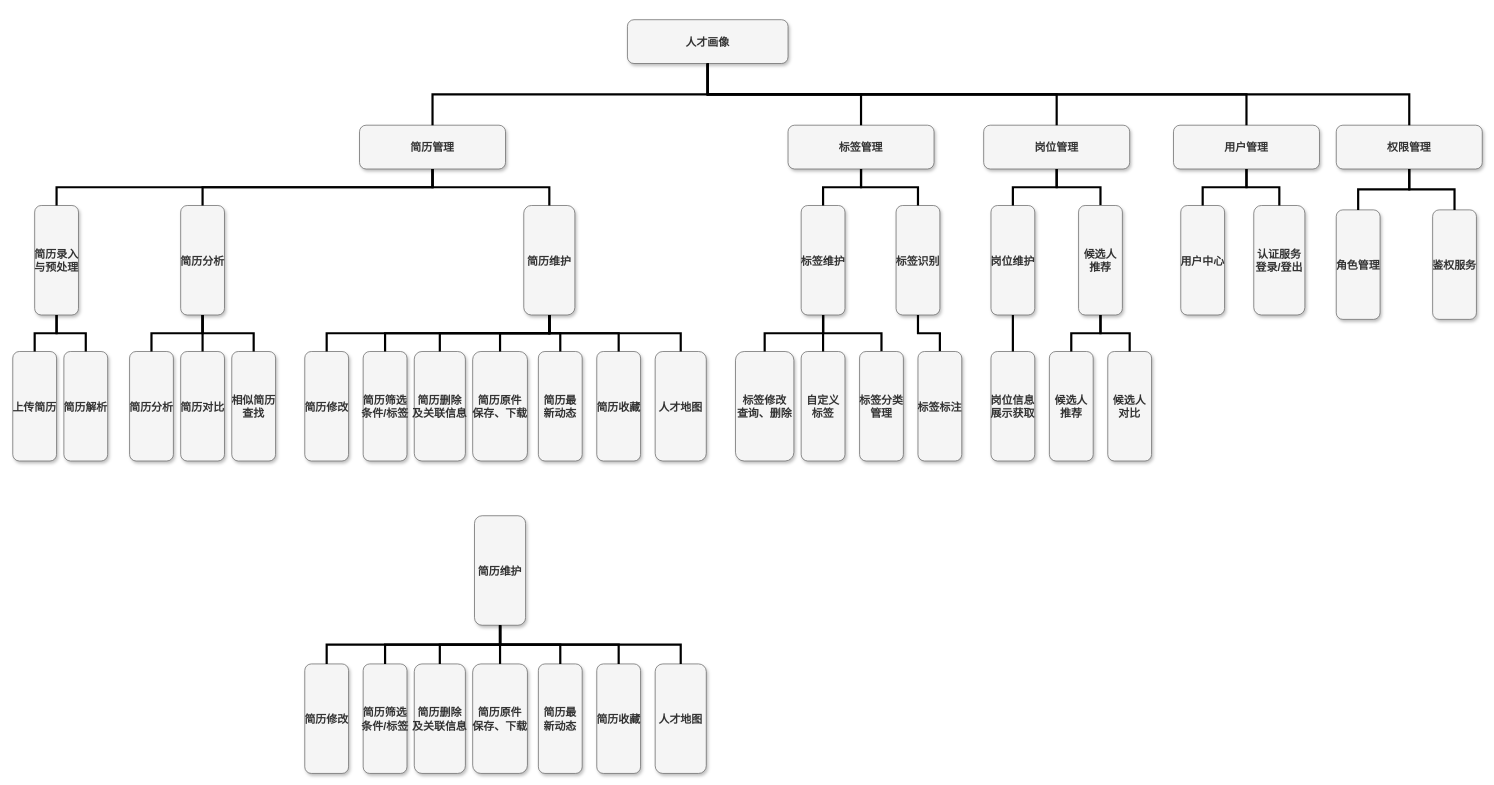
The draw.io diagram page "第 2 页" (2 of 2) of 未命名绘图.drawio in beyondgogogo/Graph, before the edit. Source tidied: cells renumbered, new cells numbered last; positions are measured from the earlier drawing's top-left corner, leaving out a move shared by most shapes. Both pictures are drawn from the tidied source at 73%, with x=0, y=0 at pixel (12, 20).
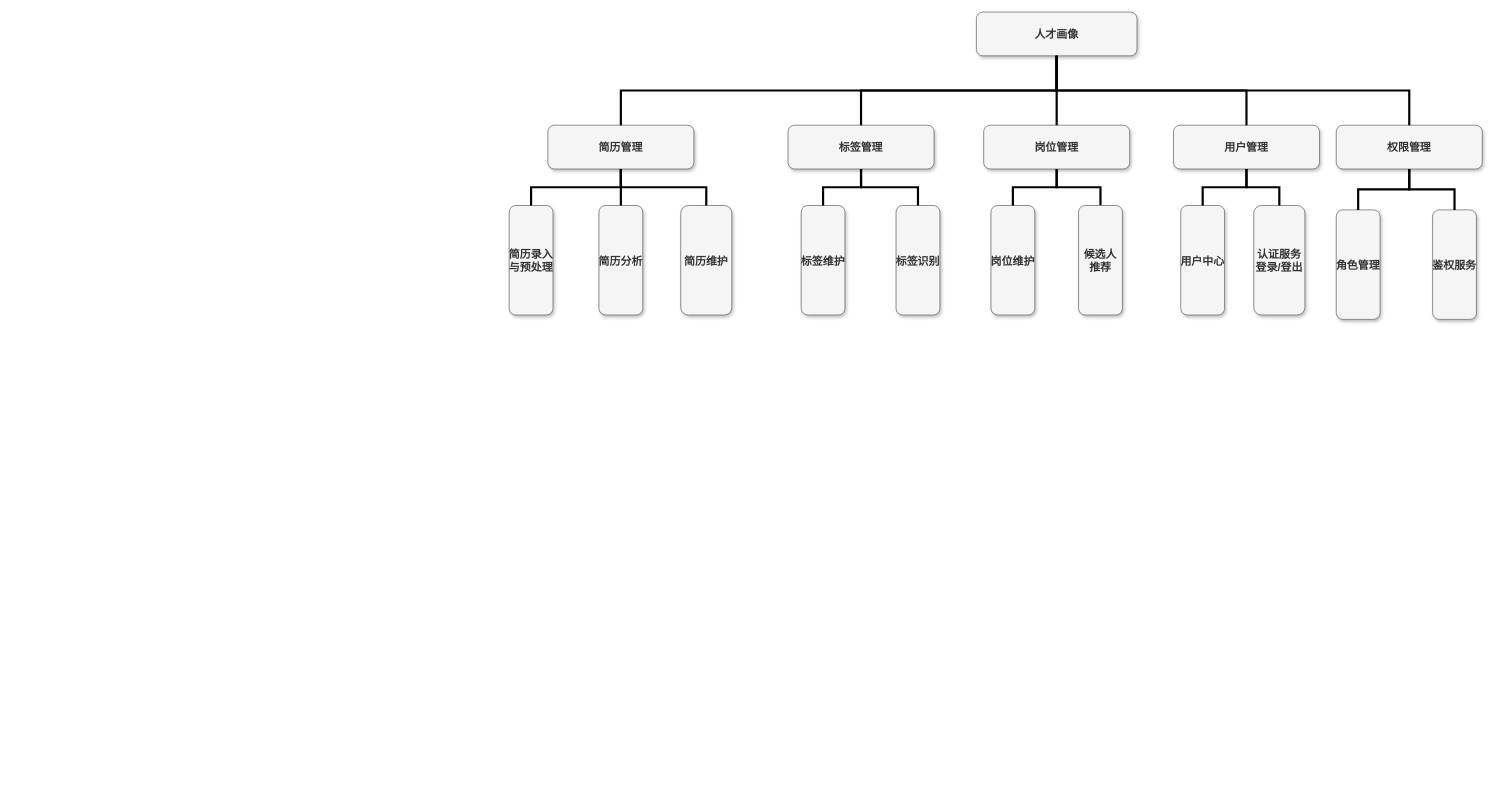
The same diagram, later.

Commit message:
更新未命名绘图.drawio

Unchanged cells that the change refers to:
```xml
<mxCell id="17" value="标签维护" style="rounded=1;fillColor=#f5f5f5;strokeColor=#666666;shadow=1;fontStyle=1;fontColor=#333333;fontSize=15;" parent="1" vertex="1">
  <mxGeometry x="1080" y="254" width="60" height="150" as="geometry" />
</mxCell>
<mxCell id="18" value="标签识别" style="rounded=1;fillColor=#f5f5f5;strokeColor=#666666;shadow=1;fontStyle=1;fontColor=#333333;fontSize=15;" parent="1" vertex="1">
  <mxGeometry x="1210" y="254" width="60" height="150" as="geometry" />
</mxCell>
<mxCell id="25" value="岗位维护" style="rounded=1;fillColor=#f5f5f5;strokeColor=#666666;shadow=1;fontStyle=1;fontColor=#333333;fontSize=15;" parent="1" vertex="1">
  <mxGeometry x="1340" y="254" width="60" height="150" as="geometry" />
</mxCell>
<mxCell id="27" value="候选人&#10;推荐" style="rounded=1;fillColor=#f5f5f5;strokeColor=#666666;shadow=1;fontStyle=1;fontColor=#333333;fontSize=15;" parent="1" vertex="1">
  <mxGeometry x="1460" y="254" width="60" height="150" as="geometry" />
</mxCell>
```

The edit, as a diff of the source:
```diff
@@
     <mxCell id="2" value="人才画像" style="rounded=1;fillColor=#f5f5f5;strokeColor=#666666;shadow=1;fontStyle=1;fontSize=15;fontColor=#333333;" parent="1" vertex="1">
-      <mxGeometry x="842" y="-0.5" width="220" height="60" as="geometry" />
+      <mxGeometry x="1320" y="-11" width="220" height="60" as="geometry" />
     </mxCell>
     <mxCell id="3" value="简历管理" style="rounded=1;fillColor=#f5f5f5;strokeColor=#666666;shadow=1;fontStyle=1;fontColor=#333333;fontSize=15;" parent="1" vertex="1">
-      <mxGeometry x="475" y="144" width="200" height="60" as="geometry" />
+      <mxGeometry x="733" y="144" width="200" height="60" as="geometry" />
     </mxCell>
@@
     <mxCell id="6" value="简历录入&#10;与预处理" style="rounded=1;fillColor=#f5f5f5;strokeColor=#666666;shadow=1;fontStyle=1;fontColor=#333333;fontSize=15;" parent="1" vertex="1">
-      <mxGeometry x="30" y="254" width="60" height="150" as="geometry" />
+      <mxGeometry x="680" y="254" width="60" height="150" as="geometry" />
     </mxCell>
     <mxCell id="7" value="简历维护" style="rounded=1;fillColor=#f5f5f5;strokeColor=#666666;shadow=1;fontStyle=1;fontColor=#333333;fontSize=15;" parent="1" vertex="1">
-      <mxGeometry x="700" y="254" width="70" height="150" as="geometry" />
+      <mxGeometry x="915" y="254" width="70" height="150" as="geometry" />
     </mxCell>
     <mxCell id="8" value="简历分析" style="rounded=1;fillColor=#f5f5f5;strokeColor=#666666;shadow=1;fontStyle=1;fontColor=#333333;fontSize=15;" parent="1" vertex="1">
-      <mxGeometry x="230" y="254" width="60" height="150" as="geometry" />
+      <mxGeometry x="803" y="254" width="60" height="150" as="geometry" />
     </mxCell>
-    <mxCell id="9" value="上传简历" style="rounded=1;fillColor=#f5f5f5;strokeColor=#666666;shadow=1;fontStyle=1;fontColor=#333333;fontSize=15;" parent="1" vertex="1">
-      <mxGeometry y="454" width="60" height="150" as="geometry" />
-    </mxCell>
-    <mxCell id="10" value="简历解析" style="rounded=1;fillColor=#f5f5f5;strokeColor=#666666;shadow=1;fontStyle=1;fontColor=#333333;fontSize=15;" parent="1" vertex="1">
-      <mxGeometry x="70" y="454" width="60" height="150" as="geometry" />
-    </mxCell>
-    <mxCell id="11" value="简历修改" style="rounded=1;fillColor=#f5f5f5;strokeColor=#666666;shadow=1;fontStyle=1;fontColor=#333333;fontSize=15;" parent="1" vertex="1">
-      <mxGeometry x="400" y="454" width="60" height="150" as="geometry" />
-    </mxCell>
-    <mxCell id="12" value="简历原件&#10;保存、下载" style="rounded=1;fillColor=#f5f5f5;strokeColor=#666666;shadow=1;fontStyle=1;fontColor=#333333;fontSize=15;" parent="1" vertex="1">
-      <mxGeometry x="630" y="454" width="75" height="150" as="geometry" />
-    </mxCell>
-    <mxCell id="13" value="简历分析" style="rounded=1;fillColor=#f5f5f5;strokeColor=#666666;shadow=1;fontStyle=1;fontColor=#333333;fontSize=15;" parent="1" vertex="1">
-      <mxGeometry x="160" y="454" width="60" height="150" as="geometry" />
-    </mxCell>
-    <mxCell id="14" value="简历对比" style="rounded=1;fillColor=#f5f5f5;strokeColor=#666666;shadow=1;fontStyle=1;fontColor=#333333;fontSize=15;" parent="1" vertex="1">
-      <mxGeometry x="230" y="454" width="60" height="150" as="geometry" />
-    </mxCell>
-    <mxCell id="15" value="相似简历&#10;查找" style="rounded=1;fillColor=#f5f5f5;strokeColor=#666666;shadow=1;fontStyle=1;fontColor=#333333;fontSize=15;" parent="1" vertex="1">
-      <mxGeometry x="300" y="454" width="60" height="150" as="geometry" />
-    </mxCell>
-    <mxCell id="16" value="简历最&#10;新动态" style="rounded=1;fillColor=#f5f5f5;strokeColor=#666666;shadow=1;fontStyle=1;fontColor=#333333;fontSize=15;" parent="1" vertex="1">
-      <mxGeometry x="720" y="454" width="60" height="150" as="geometry" />
-    </mxCell>
@@
-    <mxCell id="19" value="标签修改&#10;查询、删除" style="rounded=1;fillColor=#f5f5f5;strokeColor=#666666;shadow=1;fontStyle=1;fontColor=#333333;fontSize=15;" parent="1" vertex="1">
-      <mxGeometry x="990" y="454" width="80" height="150" as="geometry" />
-    </mxCell>
-    <mxCell id="20" style="edgeStyle=orthogonalEdgeStyle;rounded=0;jettySize=auto;html=1;exitX=0.5;exitY=0;exitDx=0;exitDy=0;entryX=0.5;entryY=1;entryDx=0;entryDy=0;endArrow=none;startFill=0;strokeWidth=3;fontSize=15;" parent="1" edge="1" source="21" target="17">
-      <mxGeometry relative="1" as="geometry" />
-    </mxCell>
-    <mxCell id="21" value="标签分类&#10;管理" style="rounded=1;fillColor=#f5f5f5;strokeColor=#666666;shadow=1;fontStyle=1;fontColor=#333333;fontSize=15;" parent="1" vertex="1">
-      <mxGeometry x="1160" y="454" width="60" height="150" as="geometry" />
-    </mxCell>
-    <mxCell id="22" value="自定义&#10;标签" style="rounded=1;fillColor=#f5f5f5;strokeColor=#666666;shadow=1;fontStyle=1;fontColor=#333333;fontSize=15;" parent="1" vertex="1">
-      <mxGeometry x="1080" y="454" width="60" height="150" as="geometry" />
-    </mxCell>
-    <mxCell id="23" style="edgeStyle=orthogonalEdgeStyle;rounded=0;jettySize=auto;html=1;exitX=0.5;exitY=0;exitDx=0;exitDy=0;entryX=0.5;entryY=1;entryDx=0;entryDy=0;endArrow=none;startFill=0;strokeWidth=3;fontSize=15;" parent="1" edge="1" source="24" target="18">
-      <mxGeometry relative="1" as="geometry" />
-    </mxCell>
-    <mxCell id="24" value="标签标注" style="rounded=1;fillColor=#f5f5f5;strokeColor=#666666;shadow=1;fontStyle=1;fontColor=#333333;fontSize=15;" parent="1" vertex="1">
-      <mxGeometry x="1240" y="454" width="60" height="150" as="geometry" />
-    </mxCell>
@@
-    <mxCell id="28" value="岗位信息&#10;展示获取" style="rounded=1;fillColor=#f5f5f5;strokeColor=#666666;shadow=1;fontStyle=1;fontColor=#333333;fontSize=15;" parent="1" vertex="1">
-      <mxGeometry x="1340" y="454" width="60" height="150" as="geometry" />
-    </mxCell>
-    <mxCell id="29" value="候选人&#10;推荐" style="rounded=1;fillColor=#f5f5f5;strokeColor=#666666;shadow=1;fontStyle=1;fontColor=#333333;fontSize=15;" parent="1" vertex="1">
-      <mxGeometry x="1420" y="454" width="60" height="150" as="geometry" />
-    </mxCell>
-    <mxCell id="30" value="简历收藏" style="rounded=1;fillColor=#f5f5f5;strokeColor=#666666;shadow=1;fontStyle=1;fontColor=#333333;fontSize=15;" parent="1" vertex="1">
-      <mxGeometry x="800" y="454" width="60" height="150" as="geometry" />
-    </mxCell>
-    <mxCell id="31" value="简历筛选&#10;条件/标签" style="rounded=1;fillColor=#f5f5f5;strokeColor=#666666;shadow=1;fontStyle=1;fontColor=#333333;fontSize=15;" parent="1" vertex="1">
-      <mxGeometry x="480" y="454" width="60" height="150" as="geometry" />
-    </mxCell>
-    <mxCell id="32" value="简历删除&#10;及关联信息" style="rounded=1;fillColor=#f5f5f5;strokeColor=#666666;shadow=1;fontStyle=1;fontColor=#333333;fontSize=15;" parent="1" vertex="1">
-      <mxGeometry x="550" y="454" width="70" height="150" as="geometry" />
-    </mxCell>
-    <mxCell id="33" value="候选人&#10;对比" style="rounded=1;fillColor=#f5f5f5;strokeColor=#666666;shadow=1;fontStyle=1;fontColor=#333333;fontSize=15;" parent="1" vertex="1">
-      <mxGeometry x="1500" y="454" width="60" height="150" as="geometry" />
-    </mxCell>
-    <mxCell id="34" value="人才地图" style="rounded=1;fillColor=#f5f5f5;strokeColor=#666666;shadow=1;fontStyle=1;fontColor=#333333;fontSize=15;" parent="1" vertex="1">
-      <mxGeometry x="880" y="454" width="70" height="150" as="geometry" />
-    </mxCell>
@@
-    <mxCell id="42" style="edgeStyle=orthogonalEdgeStyle;rounded=0;jettySize=auto;html=1;exitX=0.5;exitY=0;exitDx=0;exitDy=0;entryX=0.5;entryY=1;entryDx=0;entryDy=0;strokeColor=default;endArrow=none;startFill=0;strokeWidth=3;fontSize=15;" parent="1" edge="1" source="19" target="17">
-      <mxGeometry relative="1" as="geometry" />
-    </mxCell>
-    <mxCell id="43" style="edgeStyle=orthogonalEdgeStyle;rounded=0;jettySize=auto;html=1;exitX=0.5;exitY=0;exitDx=0;exitDy=0;strokeColor=default;endArrow=none;startFill=0;strokeWidth=3;fontSize=15;" parent="1" edge="1" source="9" target="6">
-      <mxGeometry relative="1" as="geometry" />
-    </mxCell>
@@
-    <mxCell id="58" style="edgeStyle=orthogonalEdgeStyle;rounded=0;jettySize=auto;html=1;exitX=0.5;exitY=0;exitDx=0;exitDy=0;strokeColor=default;endArrow=none;startFill=0;strokeWidth=3;entryX=0.5;entryY=1;entryDx=0;entryDy=0;fontSize=15;" parent="1" edge="1" source="10" target="6">
-      <mxGeometry relative="1" as="geometry" />
-    </mxCell>
-    <mxCell id="59" style="edgeStyle=orthogonalEdgeStyle;rounded=0;jettySize=auto;html=1;exitX=0.5;exitY=0;exitDx=0;exitDy=0;strokeColor=default;endArrow=none;startFill=0;strokeWidth=3;entryX=0.5;entryY=1;entryDx=0;entryDy=0;fontSize=15;" parent="1" edge="1" source="13" target="8">
-      <mxGeometry relative="1" as="geometry" />
-    </mxCell>
-    <mxCell id="60" style="edgeStyle=orthogonalEdgeStyle;rounded=0;jettySize=auto;html=1;exitX=0.5;exitY=0;exitDx=0;exitDy=0;strokeColor=default;endArrow=none;startFill=0;strokeWidth=3;entryX=0.5;entryY=1;entryDx=0;entryDy=0;fontSize=15;" parent="1" edge="1" source="14" target="8">
-      <mxGeometry relative="1" as="geometry" />
-    </mxCell>
-    <mxCell id="61" style="edgeStyle=orthogonalEdgeStyle;rounded=0;jettySize=auto;html=1;exitX=0.5;exitY=0;exitDx=0;exitDy=0;strokeColor=default;endArrow=none;startFill=0;strokeWidth=3;entryX=0.5;entryY=1;entryDx=0;entryDy=0;fontSize=15;" parent="1" edge="1" source="15" target="8">
-      <mxGeometry relative="1" as="geometry" />
-    </mxCell>
-    <mxCell id="62" style="edgeStyle=orthogonalEdgeStyle;rounded=0;jettySize=auto;html=1;exitX=0.5;exitY=0;exitDx=0;exitDy=0;strokeColor=default;endArrow=none;startFill=0;strokeWidth=3;fontSize=15;" parent="1" edge="1" source="11" target="7">
-      <mxGeometry relative="1" as="geometry" />
-    </mxCell>
-    <mxCell id="63" style="edgeStyle=orthogonalEdgeStyle;rounded=0;jettySize=auto;html=1;exitX=0.5;exitY=0;exitDx=0;exitDy=0;strokeColor=default;endArrow=none;startFill=0;strokeWidth=3;entryX=0.5;entryY=1;entryDx=0;entryDy=0;fontSize=15;" parent="1" edge="1" source="31" target="7">
-      <mxGeometry relative="1" as="geometry" />
-    </mxCell>
-    <mxCell id="64" style="edgeStyle=orthogonalEdgeStyle;rounded=0;jettySize=auto;html=1;exitX=0.5;exitY=0;exitDx=0;exitDy=0;strokeColor=default;endArrow=none;startFill=0;strokeWidth=3;entryX=0.5;entryY=1;entryDx=0;entryDy=0;fontSize=15;" parent="1" edge="1" source="32" target="7">
-      <mxGeometry relative="1" as="geometry" />
-    </mxCell>
-    <mxCell id="65" style="edgeStyle=orthogonalEdgeStyle;rounded=0;jettySize=auto;html=1;exitX=0.5;exitY=0;exitDx=0;exitDy=0;strokeColor=default;endArrow=none;startFill=0;strokeWidth=3;entryX=0.5;entryY=1;entryDx=0;entryDy=0;fontSize=15;" parent="1" edge="1" source="12" target="7">
-      <mxGeometry relative="1" as="geometry" />
-    </mxCell>
-    <mxCell id="66" style="edgeStyle=orthogonalEdgeStyle;rounded=0;jettySize=auto;html=1;exitX=0.5;exitY=0;exitDx=0;exitDy=0;strokeColor=default;endArrow=none;startFill=0;strokeWidth=3;entryX=0.5;entryY=1;entryDx=0;entryDy=0;fontSize=15;" parent="1" edge="1" source="16" target="7">
-      <mxGeometry relative="1" as="geometry" />
-    </mxCell>
-    <mxCell id="67" style="edgeStyle=orthogonalEdgeStyle;rounded=0;jettySize=auto;html=1;exitX=0.5;exitY=0;exitDx=0;exitDy=0;strokeColor=default;endArrow=none;startFill=0;strokeWidth=3;entryX=0.5;entryY=1;entryDx=0;entryDy=0;fontSize=15;" parent="1" edge="1" source="30" target="7">
-      <mxGeometry relative="1" as="geometry" />
-    </mxCell>
-    <mxCell id="68" style="edgeStyle=orthogonalEdgeStyle;rounded=0;jettySize=auto;html=1;exitX=0.5;exitY=0;exitDx=0;exitDy=0;strokeColor=default;endArrow=none;startFill=0;strokeWidth=3;entryX=0.5;entryY=1;entryDx=0;entryDy=0;fontSize=15;" parent="1" edge="1" source="34" target="7">
-      <mxGeometry relative="1" as="geometry" />
-    </mxCell>
-    <mxCell id="69" style="edgeStyle=orthogonalEdgeStyle;rounded=0;jettySize=auto;html=1;exitX=0.5;exitY=0;exitDx=0;exitDy=0;strokeColor=default;endArrow=none;startFill=0;strokeWidth=3;fontSize=15;" parent="1" edge="1" source="22">
-      <mxGeometry relative="1" as="geometry">
-        <mxPoint x="1110" y="404" as="targetPoint" />
-      </mxGeometry>
-    </mxCell>
-    <mxCell id="70" style="edgeStyle=orthogonalEdgeStyle;rounded=0;jettySize=auto;html=1;entryX=0.5;entryY=1;entryDx=0;entryDy=0;strokeColor=default;endArrow=none;startFill=0;strokeWidth=3;exitX=0.5;exitY=0;exitDx=0;exitDy=0;fontSize=15;" parent="1" edge="1" source="28" target="25">
-      <mxGeometry relative="1" as="geometry" />
-    </mxCell>
-    <mxCell id="71" style="edgeStyle=orthogonalEdgeStyle;rounded=0;jettySize=auto;html=1;entryX=0.5;entryY=1;entryDx=0;entryDy=0;strokeColor=default;endArrow=none;startFill=0;strokeWidth=3;exitX=0.5;exitY=0;exitDx=0;exitDy=0;fontSize=15;" parent="1" edge="1" source="29" target="27">
-      <mxGeometry relative="1" as="geometry" />
-    </mxCell>
-    <mxCell id="72" style="edgeStyle=orthogonalEdgeStyle;rounded=0;jettySize=auto;html=1;entryX=0.5;entryY=1;entryDx=0;entryDy=0;strokeColor=default;endArrow=none;startFill=0;strokeWidth=3;exitX=0.5;exitY=0;exitDx=0;exitDy=0;fontSize=15;" parent="1" edge="1" source="33" target="27">
-      <mxGeometry relative="1" as="geometry" />
-    </mxCell>
-    <mxCell id="73" value="简历维护" style="rounded=1;fillColor=#f5f5f5;strokeColor=#666666;shadow=1;fontStyle=1;fontColor=#333333;fontSize=15;" parent="1" vertex="1">
-      <mxGeometry x="632.5" y="679" width="70" height="150" as="geometry" />
-    </mxCell>
-    <mxCell id="74" value="简历修改" style="rounded=1;fillColor=#f5f5f5;strokeColor=#666666;shadow=1;fontStyle=1;fontColor=#333333;fontSize=15;" parent="1" vertex="1">
-      <mxGeometry x="400" y="882" width="60" height="150" as="geometry" />
-    </mxCell>
-    <mxCell id="75" value="简历原件&#10;保存、下载" style="rounded=1;fillColor=#f5f5f5;strokeColor=#666666;shadow=1;fontStyle=1;fontColor=#333333;fontSize=15;" parent="1" vertex="1">
-      <mxGeometry x="630" y="882" width="75" height="150" as="geometry" />
-    </mxCell>
-    <mxCell id="76" value="简历最&#10;新动态" style="rounded=1;fillColor=#f5f5f5;strokeColor=#666666;shadow=1;fontStyle=1;fontColor=#333333;fontSize=15;" parent="1" vertex="1">
-      <mxGeometry x="720" y="882" width="60" height="150" as="geometry" />
-    </mxCell>
-    <mxCell id="77" value="简历收藏" style="rounded=1;fillColor=#f5f5f5;strokeColor=#666666;shadow=1;fontStyle=1;fontColor=#333333;fontSize=15;" parent="1" vertex="1">
-      <mxGeometry x="800" y="882" width="60" height="150" as="geometry" />
-    </mxCell>
-    <mxCell id="78" value="简历筛选&#10;条件/标签" style="rounded=1;fillColor=#f5f5f5;strokeColor=#666666;shadow=1;fontStyle=1;fontColor=#333333;fontSize=15;" parent="1" vertex="1">
-      <mxGeometry x="480" y="882" width="60" height="150" as="geometry" />
-    </mxCell>
-    <mxCell id="79" value="简历删除&#10;及关联信息" style="rounded=1;fillColor=#f5f5f5;strokeColor=#666666;shadow=1;fontStyle=1;fontColor=#333333;fontSize=15;" parent="1" vertex="1">
-      <mxGeometry x="550" y="882" width="70" height="150" as="geometry" />
-    </mxCell>
-    <mxCell id="80" value="人才地图" style="rounded=1;fillColor=#f5f5f5;strokeColor=#666666;shadow=1;fontStyle=1;fontColor=#333333;fontSize=15;" parent="1" vertex="1">
-      <mxGeometry x="880" y="882" width="70" height="150" as="geometry" />
-    </mxCell>
-    <mxCell id="81" style="edgeStyle=orthogonalEdgeStyle;rounded=0;jettySize=auto;html=1;exitX=0.5;exitY=0;exitDx=0;exitDy=0;strokeColor=default;endArrow=none;startFill=0;strokeWidth=3;fontSize=15;" parent="1" edge="1" source="74" target="73">
-      <mxGeometry relative="1" as="geometry" />
-    </mxCell>
-    <mxCell id="82" style="edgeStyle=orthogonalEdgeStyle;rounded=0;jettySize=auto;html=1;exitX=0.5;exitY=0;exitDx=0;exitDy=0;strokeColor=default;endArrow=none;startFill=0;strokeWidth=3;entryX=0.5;entryY=1;entryDx=0;entryDy=0;fontSize=15;" parent="1" edge="1" source="78" target="73">
-      <mxGeometry relative="1" as="geometry" />
-    </mxCell>
-    <mxCell id="83" style="edgeStyle=orthogonalEdgeStyle;rounded=0;jettySize=auto;html=1;exitX=0.5;exitY=0;exitDx=0;exitDy=0;strokeColor=default;endArrow=none;startFill=0;strokeWidth=3;entryX=0.5;entryY=1;entryDx=0;entryDy=0;fontSize=15;" parent="1" edge="1" source="79" target="73">
-      <mxGeometry relative="1" as="geometry" />
-    </mxCell>
-    <mxCell id="84" style="edgeStyle=orthogonalEdgeStyle;rounded=0;jettySize=auto;html=1;exitX=0.5;exitY=0;exitDx=0;exitDy=0;strokeColor=default;endArrow=none;startFill=0;strokeWidth=3;entryX=0.5;entryY=1;entryDx=0;entryDy=0;fontSize=15;" parent="1" edge="1" source="75" target="73">
-      <mxGeometry relative="1" as="geometry" />
-    </mxCell>
-    <mxCell id="85" style="edgeStyle=orthogonalEdgeStyle;rounded=0;jettySize=auto;html=1;exitX=0.5;exitY=0;exitDx=0;exitDy=0;strokeColor=default;endArrow=none;startFill=0;strokeWidth=3;entryX=0.5;entryY=1;entryDx=0;entryDy=0;fontSize=15;" parent="1" edge="1" source="76" target="73">
-      <mxGeometry relative="1" as="geometry" />
-    </mxCell>
-    <mxCell id="86" style="edgeStyle=orthogonalEdgeStyle;rounded=0;jettySize=auto;html=1;exitX=0.5;exitY=0;exitDx=0;exitDy=0;strokeColor=default;endArrow=none;startFill=0;strokeWidth=3;entryX=0.5;entryY=1;entryDx=0;entryDy=0;fontSize=15;" parent="1" edge="1" source="77" target="73">
-      <mxGeometry relative="1" as="geometry" />
-    </mxCell>
-    <mxCell id="87" style="edgeStyle=orthogonalEdgeStyle;rounded=0;jettySize=auto;html=1;exitX=0.5;exitY=0;exitDx=0;exitDy=0;strokeColor=default;endArrow=none;startFill=0;strokeWidth=3;entryX=0.5;entryY=1;entryDx=0;entryDy=0;fontSize=15;" parent="1" edge="1" source="80" target="73">
-      <mxGeometry relative="1" as="geometry" />
-    </mxCell>
```
